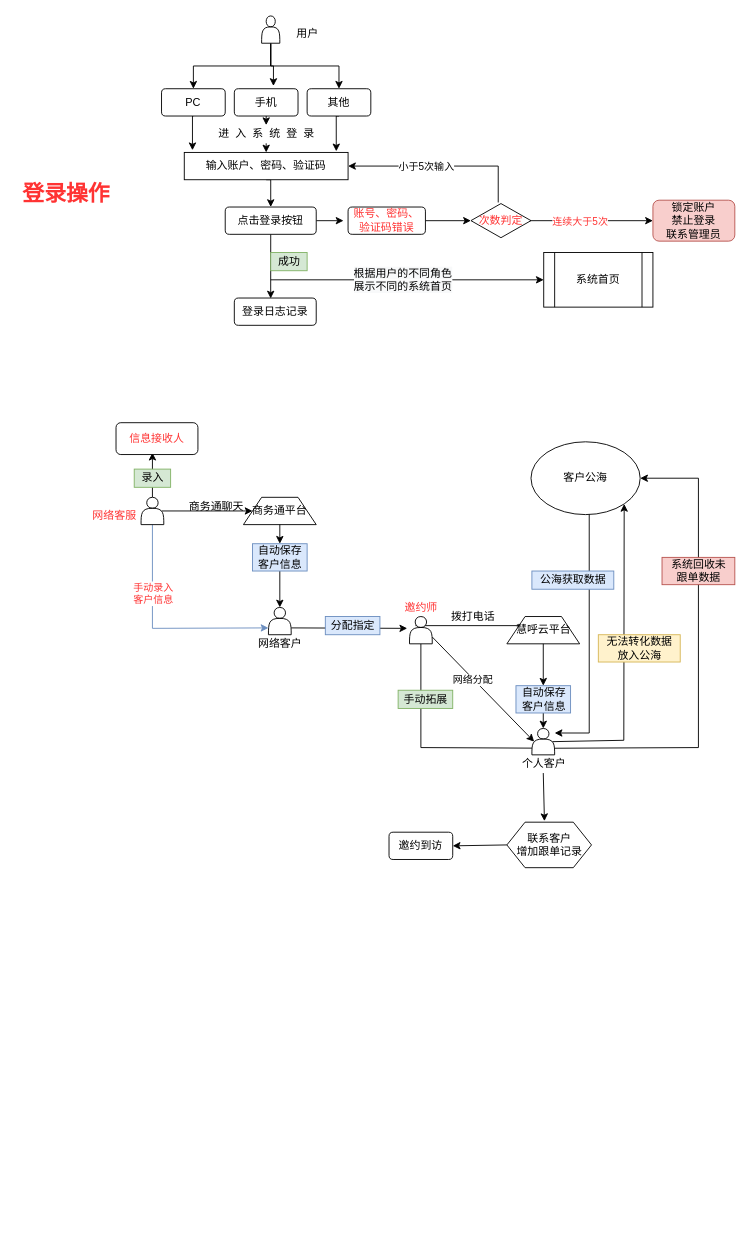
This is Untitled Diagram.drawio from cdcmo/hgedu, a draw.io file, before an edit. Source tidied: cells renumbered, new cells numbered last; positions are measured from the earlier drawing's top-left corner, leaving out a move shared by most shapes. Both pictures are drawn from the tidied source at 91%, with x=0, y=0 at pixel (15, 15).
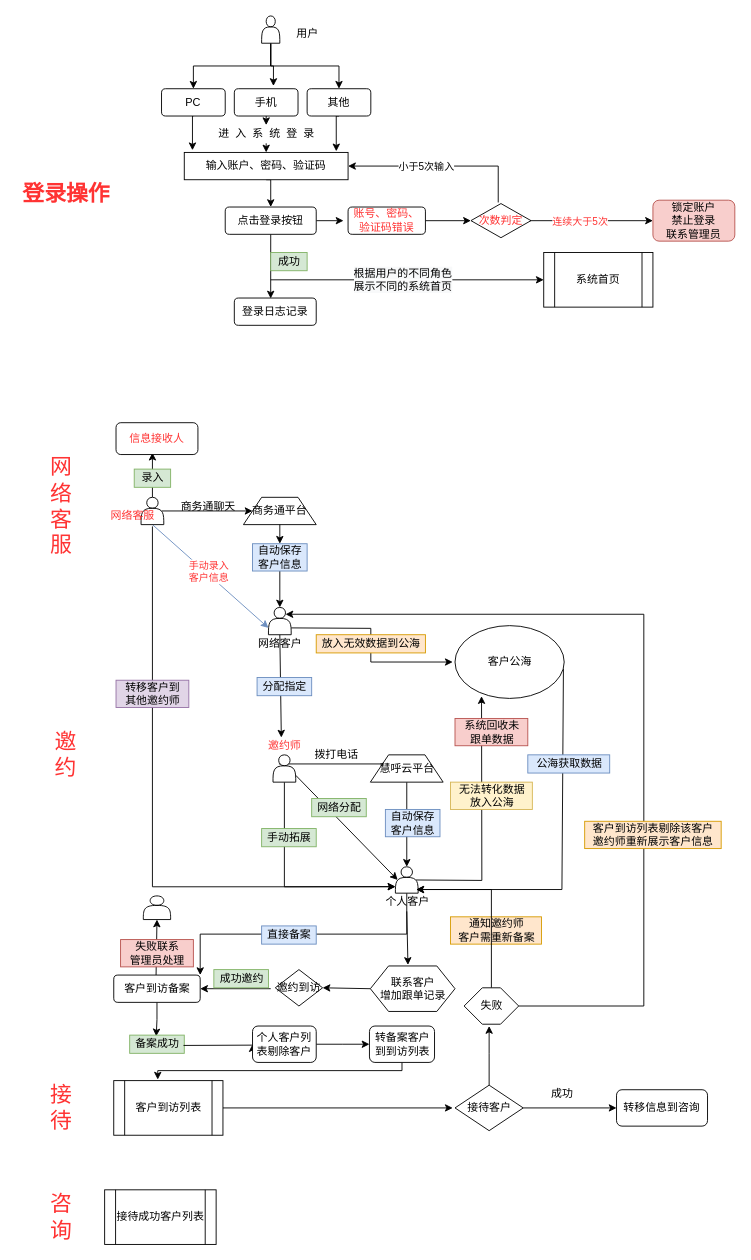
The same diagram, later.

Unchanged cells that the change refers to:
```xml
<mxCell id="38" style="shape=actor;whiteSpace=wrap;html=1;fontColor=#FF3333;" parent="1" vertex="1">
  <mxGeometry x="137.5" y="529" width="25" height="30" as="geometry" />
</mxCell>
<mxCell id="46" style="edgeStyle=none;rounded=0;jettySize=auto;html=1;exitX=1;exitY=0.75;exitDx=0;exitDy=0;entryX=0.1;entryY=0.5;entryDx=0;entryDy=0;entryPerimeter=0;fontColor=#000000;" parent="1" edge="1" source="48" target="62">
  <mxGeometry relative="1" as="geometry" />
</mxCell>
<mxCell id="56" style="shape=actor;whiteSpace=wrap;html=1;fontColor=#FF3333;" parent="1" vertex="1">
  <mxGeometry x="277.5" y="650" width="25" height="30" as="geometry" />
</mxCell>
```

What changed in the source:
```diff
@@
     <mxCell id="35" style="edgeStyle=none;rounded=0;jettySize=auto;html=1;exitX=0.5;exitY=1;exitDx=0;exitDy=0;fontColor=#FF3333;entryX=0;entryY=0.75;entryDx=0;entryDy=0;fillColor=#dae8fc;strokeColor=#6c8ebf;" parent="1" edge="1" source="38" target="56">
-      <mxGeometry relative="1" as="geometry">
-        <Array as="points">
-          <mxPoint x="150" y="673" />
-        </Array>
-      </mxGeometry>
+      <mxGeometry relative="1" as="geometry" />
     </mxCell>
     <mxCell id="36" value="手动录入&lt;br&gt;客户信息" style="edgeLabel;html=1;align=center;verticalAlign=middle;fontColor=#FF3333;" parent="35" vertex="1">
       <mxGeometry x="-0.22" relative="1" as="geometry">
-        <mxPoint y="-19" as="offset" />
+        <mxPoint x="11.2" y="6.7" as="offset" />
       </mxGeometry>
     </mxCell>
@@
+    <mxCell id="76" style="edgeStyle=elbowEdgeStyle;rounded=0;jettySize=auto;elbow=vertical;html=1;entryX=0;entryY=0.75;entryDx=0;entryDy=0;fontColor=#000000;" parent="1" edge="1" target="62">
+      <mxGeometry relative="1" as="geometry">
+        <mxPoint x="150" y="561" as="sourcePoint" />
+        <Array as="points">
+          <mxPoint x="320" y="957" />
+          <mxPoint x="150" y="830" />
+        </Array>
+      </mxGeometry>
+    </mxCell>
@@
     <mxCell id="39" value="网络客服" style="text;html=1;align=center;verticalAlign=middle;fontColor=#FF3333;" parent="1" vertex="1">
-      <mxGeometry x="77.5" y="539" width="60" height="20" as="geometry" />
+      <mxGeometry x="97.5" y="539" width="60" height="20" as="geometry" />
     </mxCell>
@@
     <mxCell id="42" value="&lt;font color=&quot;#000000&quot;&gt;商务通聊天&lt;/font&gt;" style="text;html=1;align=center;verticalAlign=middle;fontColor=#FF3333;" parent="1" vertex="1">
-      <mxGeometry x="180" y="529" width="80" height="20" as="geometry" />
+      <mxGeometry x="171" y="529" width="80" height="20" as="geometry" />
     </mxCell>
@@
     <mxCell id="44" style="edgeStyle=none;rounded=0;jettySize=auto;html=1;entryX=1;entryY=0.25;entryDx=0;entryDy=0;fontColor=#FF3333;" parent="1" edge="1" target="51">
       <mxGeometry relative="1" as="geometry">
-        <mxPoint x="439" y="670" as="sourcePoint" />
+        <mxPoint x="289" y="822" as="sourcePoint" />
       </mxGeometry>
     </mxCell>
-    <mxCell id="45" style="edgeStyle=none;rounded=0;jettySize=auto;html=1;exitX=0.5;exitY=1;exitDx=0;exitDy=0;entryX=1;entryY=0.75;entryDx=0;entryDy=0;fontColor=#000000;" parent="1" edge="1" source="48" target="62">
+    <mxCell id="45" style="edgeStyle=none;rounded=0;jettySize=auto;html=1;exitX=0.5;exitY=1;exitDx=0;exitDy=0;fontColor=#000000;entryX=0;entryY=0.75;entryDx=0;entryDy=0;" parent="1" edge="1" source="48" target="62">
       <mxGeometry relative="1" as="geometry">
         <Array as="points">
-          <mxPoint x="445" y="804" />
+          <mxPoint x="295" y="957" />
         </Array>
       </mxGeometry>
     </mxCell>
@@
-    <mxCell id="47" value="网络分配" style="edgeLabel;html=1;align=center;verticalAlign=middle;fontColor=#000000;" parent="46" vertex="1">
-      <mxGeometry x="-0.19" y="-1" relative="1" as="geometry">
-        <mxPoint x="-0.4" as="offset" />
-      </mxGeometry>
-    </mxCell>
     <mxCell id="48" style="shape=actor;whiteSpace=wrap;html=1;fontColor=#FF3333;" parent="1" vertex="1">
-      <mxGeometry x="432.5" y="660" width="25" height="30" as="geometry" />
+      <mxGeometry x="282.5" y="812" width="25" height="30" as="geometry" />
     </mxCell>
     <mxCell id="49" value="邀约师" style="text;html=1;align=center;verticalAlign=middle;points=[];fontColor=#FF3333;" parent="1" vertex="1">
-      <mxGeometry x="420" y="640" width="50" height="20" as="geometry" />
+      <mxGeometry x="270" y="792" width="50" height="20" as="geometry" />
     </mxCell>
-    <mxCell id="50" style="edgeStyle=none;rounded=0;jettySize=auto;html=1;exitX=0.5;exitY=1;exitDx=0;exitDy=0;fontColor=#000000;entryX=0.5;entryY=0;entryDx=0;entryDy=0;" parent="1" edge="1" source="63" target="62">
-      <mxGeometry relative="1" as="geometry" />
-    </mxCell>
+    <mxCell id="77" style="edgeStyle=elbowEdgeStyle;rounded=0;jettySize=auto;elbow=vertical;html=1;exitX=0.5;exitY=1;exitDx=0;exitDy=0;entryX=0.5;entryY=0;entryDx=0;entryDy=0;fontColor=#000000;" parent="1" edge="1" source="51" target="62">
+      <mxGeometry relative="1" as="geometry" />
+    </mxCell>
     <mxCell id="51" value="&lt;font color=&quot;#000000&quot;&gt;慧呼云平台&lt;/font&gt;" style="shape=trapezoid;perimeter=trapezoidPerimeter;whiteSpace=wrap;html=1;fixedSize=1;fontColor=#FF3333;" parent="1" vertex="1">
-      <mxGeometry x="539.5" y="660" width="80" height="30" as="geometry" />
+      <mxGeometry x="389.5" y="812" width="80" height="30" as="geometry" />
     </mxCell>
     <mxCell id="52" value="拨打电话" style="text;html=1;align=center;verticalAlign=middle;" parent="1" vertex="1">
-      <mxGeometry x="471.5" y="650" width="60" height="20" as="geometry" />
+      <mxGeometry x="321.5" y="802" width="60" height="20" as="geometry" />
     </mxCell>
@@
     <mxCell id="54" value="手动拓展" style="text;html=1;align=center;verticalAlign=middle;fillColor=#d5e8d4;strokeColor=#82b366;" parent="1" vertex="1">
-      <mxGeometry x="420" y="741" width="60" height="20" as="geometry" />
+      <mxGeometry x="270" y="893" width="60" height="20" as="geometry" />
     </mxCell>
-    <mxCell id="55" style="edgeStyle=none;rounded=0;jettySize=auto;html=1;exitX=1;exitY=0.75;exitDx=0;exitDy=0;fontColor=#000000;" parent="1" edge="1" source="56">
-      <mxGeometry relative="1" as="geometry">
-        <mxPoint x="430" y="673" as="targetPoint" />
-      </mxGeometry>
-    </mxCell>
+    <mxCell id="78" style="edgeStyle=none;rounded=0;jettySize=auto;html=1;exitX=0.5;exitY=1;exitDx=0;exitDy=0;entryX=0.433;entryY=0.05;entryDx=0;entryDy=0;entryPerimeter=0;fontColor=#000000;" parent="1" edge="1" source="56" target="49">
+      <mxGeometry relative="1" as="geometry" />
+    </mxCell>
+    <mxCell id="79" style="edgeStyle=none;rounded=0;jettySize=auto;html=1;exitX=1;exitY=0.75;exitDx=0;exitDy=0;fontColor=#000000;" parent="1" edge="1" source="56">
+      <mxGeometry relative="1" as="geometry">
+        <mxPoint x="480" y="710" as="targetPoint" />
+        <Array as="points">
+          <mxPoint x="390" y="673" />
+          <mxPoint x="390" y="710" />
+        </Array>
+      </mxGeometry>
+    </mxCell>
@@
-    <mxCell id="59" style="edgeStyle=none;rounded=0;jettySize=auto;html=1;exitX=0.9;exitY=0.5;exitDx=0;exitDy=0;entryX=1;entryY=1;entryDx=0;entryDy=0;fontColor=#000000;exitPerimeter=0;" parent="1" edge="1" source="62" target="68">
-      <mxGeometry relative="1" as="geometry">
-        <Array as="points">
-          <mxPoint x="668" y="796" />
-        </Array>
-      </mxGeometry>
-    </mxCell>
-    <mxCell id="60" style="edgeStyle=none;rounded=0;jettySize=auto;html=1;exitX=1;exitY=0.75;exitDx=0;exitDy=0;entryX=1;entryY=0.5;entryDx=0;entryDy=0;fontColor=#000000;" parent="1" edge="1" source="62" target="68">
+    <mxCell id="60" style="edgeStyle=none;rounded=0;jettySize=auto;html=1;exitX=0.9;exitY=0.5;exitDx=0;exitDy=0;entryX=0.243;entryY=0.969;entryDx=0;entryDy=0;fontColor=#000000;entryPerimeter=0;exitPerimeter=0;" parent="1" edge="1" source="62" target="68">
       <mxGeometry relative="1" as="geometry">
         <Array as="points">
-          <mxPoint x="750" y="804" />
-          <mxPoint x="750" y="508" />
+          <mxPoint x="512" y="950" />
         </Array>
       </mxGeometry>
     </mxCell>
@@
+    <mxCell id="80" style="edgeStyle=elbowEdgeStyle;rounded=0;jettySize=auto;elbow=vertical;html=1;exitX=0.5;exitY=1;exitDx=0;exitDy=0;entryX=1;entryY=0;entryDx=0;entryDy=0;fontColor=#000000;" parent="1" edge="1" source="62" target="85">
+      <mxGeometry relative="1" as="geometry" />
+    </mxCell>
     <mxCell id="62" style="shape=actor;whiteSpace=wrap;html=1;fontColor=#FF3333;" parent="1" vertex="1">
-      <mxGeometry x="567" y="783" width="25" height="29" as="geometry" />
+      <mxGeometry x="417" y="935" width="25" height="29" as="geometry" />
     </mxCell>
-    <mxCell id="63" value="自动保存&lt;br&gt;客户信息" style="text;html=1;align=center;verticalAlign=middle;points=[];fillColor=#dae8fc;strokeColor=#6c8ebf;" parent="1" vertex="1">
-      <mxGeometry x="549.5" y="736" width="60" height="30" as="geometry" />
-    </mxCell>
-    <mxCell id="64" style="edgeStyle=none;rounded=0;jettySize=auto;html=1;exitX=0.5;exitY=1;exitDx=0;exitDy=0;fontColor=#000000;entryX=0.5;entryY=0;entryDx=0;entryDy=0;" parent="1" edge="1" source="51" target="63">
-      <mxGeometry relative="1" as="geometry" />
-    </mxCell>
@@
     <mxCell id="66" value="分配指定" style="text;html=1;align=center;verticalAlign=middle;fillColor=#dae8fc;strokeColor=#6c8ebf;" parent="1" vertex="1">
-      <mxGeometry x="340" y="660" width="60" height="20" as="geometry" />
+      <mxGeometry x="265" y="727" width="60" height="20" as="geometry" />
     </mxCell>
-    <mxCell id="67" style="edgeStyle=none;rounded=0;orthogonalLoop=1;jettySize=auto;html=1;fontColor=#000000;" parent="1" edge="1">
-      <mxGeometry relative="1" as="geometry">
-        <mxPoint x="630" y="542" as="sourcePoint" />
-        <mxPoint x="592" y="788" as="targetPoint" />
-        <Array as="points">
-          <mxPoint x="630" y="788" />
-        </Array>
-      </mxGeometry>
-    </mxCell>
+    <mxCell id="81" style="edgeStyle=none;rounded=0;jettySize=auto;html=1;exitX=0.993;exitY=0.594;exitDx=0;exitDy=0;fontColor=#000000;exitPerimeter=0;" parent="1" edge="1" source="68">
+      <mxGeometry relative="1" as="geometry">
+        <mxPoint x="440" y="960" as="targetPoint" />
+        <Array as="points">
+          <mxPoint x="600" y="960" />
+        </Array>
+      </mxGeometry>
+    </mxCell>
     <mxCell id="68" value="客户公海" style="ellipse;whiteSpace=wrap;html=1;fontColor=#000000;" parent="1" vertex="1">
-      <mxGeometry x="566" y="468" width="120" height="80" as="geometry" />
+      <mxGeometry x="482.5" y="670" width="120" height="80" as="geometry" />
     </mxCell>
     <mxCell id="69" value="公海获取数据" style="text;html=1;align=center;verticalAlign=middle;fillColor=#dae8fc;strokeColor=#6c8ebf;" parent="1" vertex="1">
-      <mxGeometry x="567" y="610" width="90" height="20" as="geometry" />
+      <mxGeometry x="562.5" y="812" width="90" height="20" as="geometry" />
     </mxCell>
     <mxCell id="70" value="无法转化数据&lt;br&gt;放入公海" style="text;html=1;align=center;verticalAlign=middle;fillColor=#fff2cc;strokeColor=#d6b656;" parent="1" vertex="1">
-      <mxGeometry x="640" y="680" width="90" height="30" as="geometry" />
+      <mxGeometry x="477.5" y="842" width="90" height="30" as="geometry" />
     </mxCell>
     <mxCell id="71" value="系统回收未&lt;br&gt;跟单数据" style="text;html=1;align=center;verticalAlign=middle;fillColor=#f8cecc;strokeColor=#b85450;" parent="1" vertex="1">
-      <mxGeometry x="710" y="595" width="80" height="30" as="geometry" />
+      <mxGeometry x="482.5" y="772" width="80" height="30" as="geometry" />
     </mxCell>
@@
     <mxCell id="73" value="联系客户&lt;br&gt;增加跟单记录" style="shape=hexagon;perimeter=hexagonPerimeter2;whiteSpace=wrap;html=1;fixedSize=1;fontColor=#000000;" parent="1" vertex="1">
-      <mxGeometry x="539.5" y="886" width="93" height="50" as="geometry" />
+      <mxGeometry x="389.5" y="1044" width="93" height="50" as="geometry" />
     </mxCell>
     <mxCell id="74" value="个人客户" style="text;html=1;align=center;verticalAlign=middle;points=[];fontColor=#000000;" parent="1" vertex="1">
-      <mxGeometry x="549.5" y="812" width="60" height="20" as="geometry" />
+      <mxGeometry x="399.5" y="964" width="60" height="20" as="geometry" />
     </mxCell>
+    <mxCell id="82" style="edgeStyle=none;rounded=0;jettySize=auto;html=1;entryX=1;entryY=0.5;entryDx=0;entryDy=0;fontColor=#000000;" parent="1" edge="1" target="85">
+      <mxGeometry relative="1" as="geometry">
+        <mxPoint x="280" y="1069" as="sourcePoint" />
+      </mxGeometry>
+    </mxCell>
-    <mxCell id="75" value="邀约到访" style="rounded=1;whiteSpace=wrap;html=1;fontColor=#000000;" parent="1" vertex="1">
-      <mxGeometry x="410" y="897" width="70" height="30" as="geometry" />
+    <mxCell id="75" value="&lt;span&gt;邀约到访&lt;/span&gt;" style="rhombus;whiteSpace=wrap;html=1;fontColor=#000000;" parent="1" vertex="1">
+      <mxGeometry x="285" y="1048" width="52" height="40" as="geometry" />
     </mxCell>
+    <mxCell id="83" style="edgeStyle=none;rounded=0;jettySize=auto;html=1;exitX=0.5;exitY=0;exitDx=0;exitDy=0;fontColor=#000000;entryX=0.5;entryY=1;entryDx=0;entryDy=0;" parent="1" edge="1" target="93">
+      <mxGeometry relative="1" as="geometry">
+        <mxPoint x="154" y="1054" as="sourcePoint" />
+      </mxGeometry>
+    </mxCell>
+    <mxCell id="84" style="edgeStyle=elbowEdgeStyle;rounded=0;jettySize=auto;elbow=vertical;html=1;exitX=0.5;exitY=1;exitDx=0;exitDy=0;entryX=0.486;entryY=0.067;entryDx=0;entryDy=0;entryPerimeter=0;fontColor=#000000;" parent="1" edge="1" source="85" target="89">
+      <mxGeometry relative="1" as="geometry" />
+    </mxCell>
+    <mxCell id="85" value="客户到访备案" style="rounded=1;whiteSpace=wrap;html=1;fontColor=#000000;" parent="1" vertex="1">
+      <mxGeometry x="107.5" y="1054" width="95" height="30" as="geometry" />
+    </mxCell>
+    <mxCell id="86" value="成功邀约" style="text;html=1;align=center;verticalAlign=middle;fillColor=#d5e8d4;strokeColor=#82b366;" parent="1" vertex="1">
+      <mxGeometry x="217.5" y="1048" width="60" height="20" as="geometry" />
+    </mxCell>
+    <mxCell id="87" style="edgeStyle=none;rounded=0;jettySize=auto;html=1;exitX=1;exitY=0.5;exitDx=0;exitDy=0;fontColor=#000000;" parent="1" edge="1" source="88">
+      <mxGeometry relative="1" as="geometry">
+        <mxPoint x="480" y="1200" as="targetPoint" />
+      </mxGeometry>
+    </mxCell>
+    <mxCell id="88" value="客户到访列表" style="shape=process;whiteSpace=wrap;html=1;backgroundOutline=1;fontColor=#000000;" parent="1" vertex="1">
+      <mxGeometry x="107.5" y="1170" width="120" height="60" as="geometry" />
+    </mxCell>
+    <mxCell id="89" value="备案成功" style="text;html=1;align=center;verticalAlign=middle;points=[];fillColor=#d5e8d4;strokeColor=#82b366;" parent="1" vertex="1">
+      <mxGeometry x="125" y="1120" width="60" height="20" as="geometry" />
+    </mxCell>
+    <mxCell id="90" value="&lt;font style=&quot;font-size: 24px&quot; color=&quot;#ff3333&quot;&gt;接待&lt;/font&gt;" style="text;html=1;strokeColor=none;fillColor=none;align=center;verticalAlign=middle;whiteSpace=wrap;rounded=0;fontColor=#000000;" parent="1" vertex="1">
+      <mxGeometry x="30" y="1190" width="40" height="20" as="geometry" />
+    </mxCell>
+    <mxCell id="91" value="放入无效数据到公海" style="text;html=1;align=center;verticalAlign=middle;fillColor=#ffe6cc;strokeColor=#d79b00;" parent="1" vertex="1">
+      <mxGeometry x="330" y="680" width="120" height="20" as="geometry" />
+    </mxCell>
+    <mxCell id="92" value="转移客户到&lt;br&gt;其他邀约师" style="text;html=1;align=center;verticalAlign=middle;fillColor=#e1d5e7;strokeColor=#9673a6;" parent="1" vertex="1">
+      <mxGeometry x="110" y="730" width="80" height="30" as="geometry" />
+    </mxCell>
+    <mxCell id="93" style="shape=actor;whiteSpace=wrap;html=1;fontColor=#000000;" parent="1" vertex="1">
+      <mxGeometry x="140" y="967" width="30" height="26" as="geometry" />
+    </mxCell>
+    <mxCell id="94" value="失败联系&lt;br&gt;管理员处理" style="text;html=1;align=center;verticalAlign=middle;fillColor=#f8cecc;strokeColor=#b85450;" parent="1" vertex="1">
+      <mxGeometry x="115" y="1015" width="80" height="30" as="geometry" />
+    </mxCell>
+    <mxCell id="95" style="edgeStyle=none;rounded=0;jettySize=auto;html=1;exitX=1;exitY=0.5;exitDx=0;exitDy=0;entryX=0;entryY=0.5;entryDx=0;entryDy=0;fontColor=#000000;" parent="1" edge="1" source="97" target="98">
+      <mxGeometry relative="1" as="geometry" />
+    </mxCell>
+    <mxCell id="96" style="edgeStyle=elbowEdgeStyle;rounded=0;jettySize=auto;elbow=vertical;html=1;exitX=0.5;exitY=0;exitDx=0;exitDy=0;fontColor=#000000;" parent="1" edge="1" source="97">
+      <mxGeometry relative="1" as="geometry">
+        <mxPoint x="520" y="1110" as="targetPoint" />
+        <Array as="points">
+          <mxPoint x="520" y="1140" />
+          <mxPoint x="520" y="1110" />
+        </Array>
+      </mxGeometry>
+    </mxCell>
+    <mxCell id="97" value="接待客户" style="rhombus;whiteSpace=wrap;html=1;fontColor=#000000;" parent="1" vertex="1">
+      <mxGeometry x="482.5" y="1175" width="75" height="50" as="geometry" />
+    </mxCell>
+    <mxCell id="98" value="转移信息到咨询" style="rounded=1;whiteSpace=wrap;html=1;fontColor=#000000;" parent="1" vertex="1">
+      <mxGeometry x="660" y="1180" width="100" height="40" as="geometry" />
+    </mxCell>
+    <mxCell id="99" value="&lt;font color=&quot;#ff3333&quot;&gt;&lt;span style=&quot;font-size: 24px&quot;&gt;咨询&lt;/span&gt;&lt;/font&gt;" style="text;html=1;strokeColor=none;fillColor=none;align=center;verticalAlign=middle;whiteSpace=wrap;rounded=0;fontColor=#000000;" parent="1" vertex="1">
+      <mxGeometry x="30" y="1310" width="40" height="20" as="geometry" />
+    </mxCell>
+    <mxCell id="100" value="成功" style="text;html=1;align=center;verticalAlign=middle;fontColor=#000000;" parent="1" vertex="1">
+      <mxGeometry x="580" y="1175" width="40" height="20" as="geometry" />
+    </mxCell>
+    <mxCell id="101" value="通知邀约师&lt;br&gt;客户需重新备案" style="text;html=1;align=center;verticalAlign=middle;fillColor=#ffe6cc;strokeColor=#d79b00;" parent="1" vertex="1">
+      <mxGeometry x="477.5" y="990" width="100" height="30" as="geometry" />
+    </mxCell>
+    <mxCell id="102" value="接待成功客户列表" style="shape=process;whiteSpace=wrap;html=1;backgroundOutline=1;fontColor=#000000;" parent="1" vertex="1">
+      <mxGeometry x="97.5" y="1290" width="122.5" height="60" as="geometry" />
+    </mxCell>
+    <mxCell id="103" value="&lt;font style=&quot;font-size: 24px&quot; color=&quot;#ff3333&quot;&gt;邀约&lt;/font&gt;" style="text;html=1;strokeColor=none;fillColor=none;align=center;verticalAlign=middle;whiteSpace=wrap;rounded=0;fontColor=#000000;" parent="1" vertex="1">
+      <mxGeometry x="35" y="802" width="40" height="20" as="geometry" />
+    </mxCell>
+    <mxCell id="104" value="&lt;font style=&quot;font-size: 24px&quot; color=&quot;#ff3333&quot;&gt;网络客服&lt;/font&gt;" style="text;html=1;strokeColor=none;fillColor=none;align=center;verticalAlign=middle;whiteSpace=wrap;rounded=0;fontColor=#000000;" parent="1" vertex="1">
+      <mxGeometry x="30" y="529" width="40" height="20" as="geometry" />
+    </mxCell>
+    <mxCell id="63" value="自动保存&lt;br&gt;客户信息" style="text;html=1;align=center;verticalAlign=middle;points=[];fillColor=#dae8fc;strokeColor=#6c8ebf;" parent="1" vertex="1">
+      <mxGeometry x="406" y="872" width="60" height="30" as="geometry" />
+    </mxCell>
+    <mxCell id="47" value="网络分配" style="text;html=1;align=center;verticalAlign=middle;fillColor=#d5e8d4;strokeColor=#82b366;" parent="1" vertex="1">
+      <mxGeometry x="325" y="860" width="60" height="20" as="geometry" />
+    </mxCell>
+    <mxCell id="105" value="直接备案" style="text;html=1;align=center;verticalAlign=middle;fillColor=#dae8fc;strokeColor=#6c8ebf;" parent="1" vertex="1">
+      <mxGeometry x="270" y="1000" width="60" height="20" as="geometry" />
+    </mxCell>
+    <mxCell id="106" style="edgeStyle=elbowEdgeStyle;rounded=0;jettySize=auto;elbow=vertical;html=1;exitX=0.986;exitY=0.567;exitDx=0;exitDy=0;entryX=0;entryY=0.5;entryDx=0;entryDy=0;fontColor=#000000;exitPerimeter=0;" parent="1" edge="1" source="89" target="108">
+      <mxGeometry relative="1" as="geometry">
+        <Array as="points">
+          <mxPoint x="230" y="1131" />
+        </Array>
+      </mxGeometry>
+    </mxCell>
+    <mxCell id="107" style="edgeStyle=elbowEdgeStyle;rounded=0;jettySize=auto;elbow=vertical;html=1;exitX=1;exitY=0.5;exitDx=0;exitDy=0;entryX=0;entryY=0.5;entryDx=0;entryDy=0;fontColor=#000000;" parent="1" edge="1" source="108" target="110">
+      <mxGeometry relative="1" as="geometry" />
+    </mxCell>
+    <mxCell id="108" value="个人客户列表剔除客户" style="rounded=1;whiteSpace=wrap;html=1;fontColor=#000000;" parent="1" vertex="1">
+      <mxGeometry x="260" y="1110" width="70" height="40" as="geometry" />
+    </mxCell>
+    <mxCell id="109" style="edgeStyle=elbowEdgeStyle;rounded=0;jettySize=auto;elbow=vertical;html=1;exitX=0.5;exitY=1;exitDx=0;exitDy=0;entryX=0.403;entryY=-0.019;entryDx=0;entryDy=0;entryPerimeter=0;fontColor=#000000;" parent="1" edge="1" source="110" target="88">
+      <mxGeometry relative="1" as="geometry" />
+    </mxCell>
+    <mxCell id="110" value="转备案客户到到访列表" style="rounded=1;whiteSpace=wrap;html=1;fontColor=#000000;" parent="1" vertex="1">
+      <mxGeometry x="388.5" y="1110" width="71.5" height="40" as="geometry" />
+    </mxCell>
+    <mxCell id="111" style="edgeStyle=elbowEdgeStyle;rounded=0;jettySize=auto;elbow=vertical;html=1;exitX=0.5;exitY=0;exitDx=0;exitDy=0;fontColor=#000000;" parent="1" edge="1" source="113">
+      <mxGeometry relative="1" as="geometry">
+        <mxPoint x="440" y="960" as="targetPoint" />
+        <Array as="points">
+          <mxPoint x="510" y="960" />
+        </Array>
+      </mxGeometry>
+    </mxCell>
+    <mxCell id="112" style="edgeStyle=elbowEdgeStyle;rounded=0;jettySize=auto;elbow=vertical;html=1;exitX=1;exitY=0.5;exitDx=0;exitDy=0;entryX=0.75;entryY=0.25;entryDx=0;entryDy=0;entryPerimeter=0;fontColor=#000000;" parent="1" edge="1" source="113" target="56">
+      <mxGeometry relative="1" as="geometry">
+        <Array as="points">
+          <mxPoint x="690" y="700" />
+          <mxPoint x="620" y="610" />
+          <mxPoint x="680" y="690" />
+          <mxPoint x="650" y="630" />
+          <mxPoint x="670" y="610" />
+        </Array>
+      </mxGeometry>
+    </mxCell>
+    <mxCell id="113" value="失败" style="shape=hexagon;perimeter=hexagonPerimeter2;whiteSpace=wrap;html=1;fixedSize=1;fontColor=#000000;" parent="1" vertex="1">
+      <mxGeometry x="492.5" y="1068" width="60" height="40" as="geometry" />
+    </mxCell>
+    <mxCell id="114" value="客户到访列表剔除该客户&lt;br&gt;邀约师重新展示客户信息" style="text;html=1;align=center;verticalAlign=middle;fillColor=#ffe6cc;strokeColor=#d79b00;" parent="1" vertex="1">
+      <mxGeometry x="625" y="885" width="150" height="30" as="geometry" />
+    </mxCell>
```
